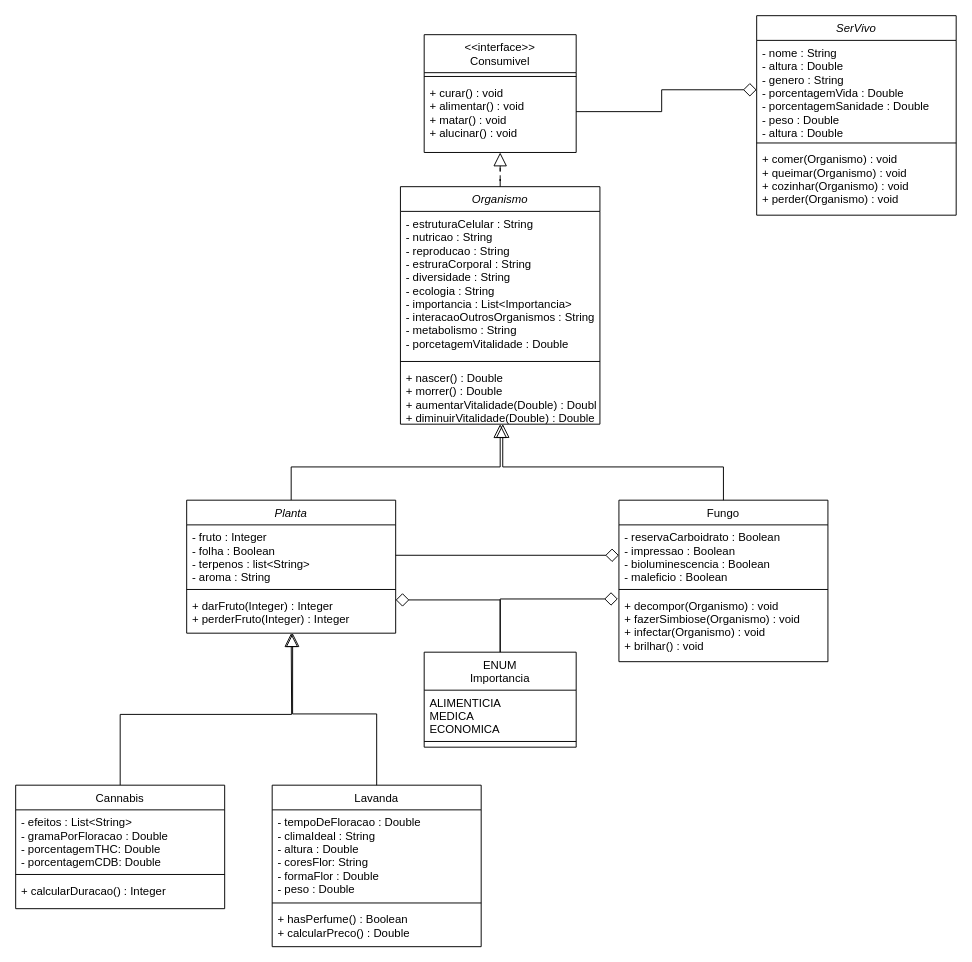
Above: Plantas.drawio in Sant-Thiago/Projeto-Marijuana (draw.io), before the change. Source tidied: cells renumbered, new cells numbered last; positions are measured from the earlier drawing's top-left corner, leaving out a move shared by most shapes. Both pictures are drawn from the tidied source at 95%, with x=0, y=0 at pixel (15, 15).
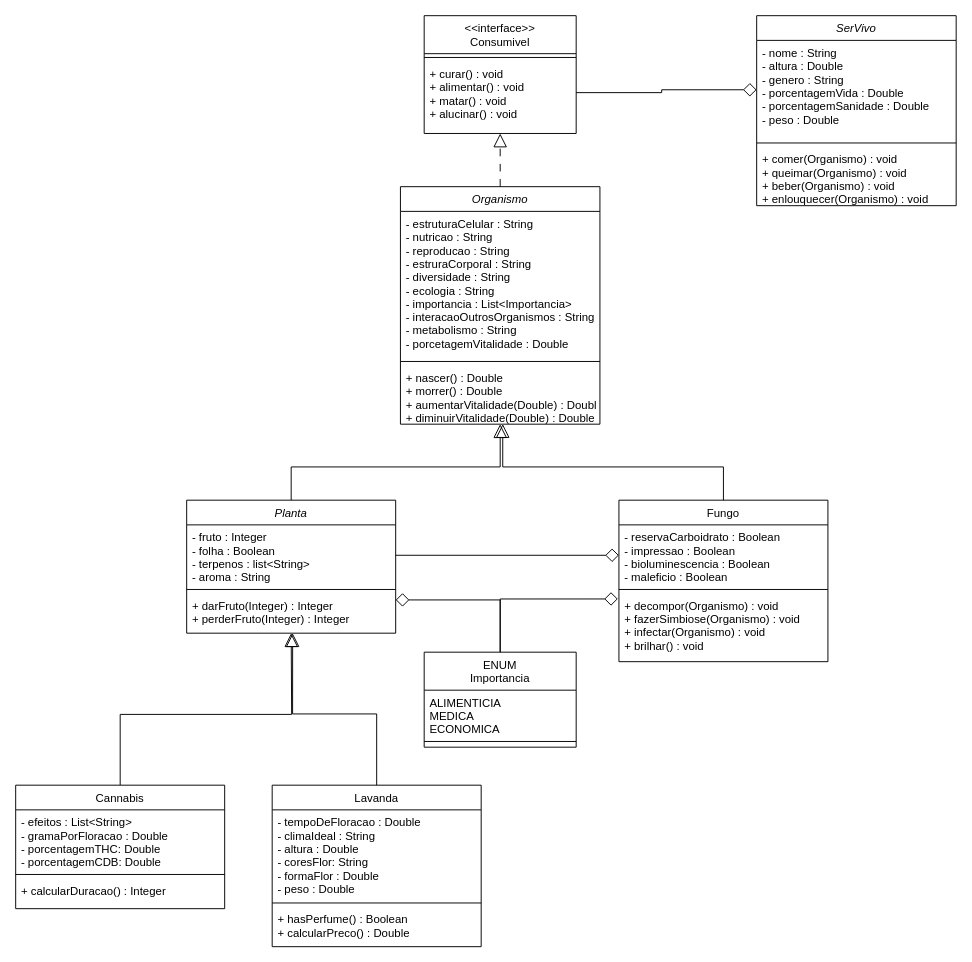
Above is the later version.

The edit, as a diff of the source:
```diff
@@
     <mxCell id="7" value="&lt;&lt;interface&gt;&gt;&#10;Consumivel" style="swimlane;fontStyle=0;align=center;verticalAlign=top;horizontal=1;startSize=40;rounded=0;shadow=0;strokeWidth=1;" parent="1" vertex="1">
-      <mxGeometry x="430" y="20" width="160" height="124" as="geometry" />
+      <mxGeometry x="430" width="160" height="124" as="geometry" />
     </mxCell>
@@
     <mxCell id="36" value="SerVivo" style="swimlane;fontStyle=2;align=center;verticalAlign=top;horizontal=1;startSize=26;rounded=0;shadow=0;strokeWidth=1;" parent="1" vertex="1">
-      <mxGeometry x="780" width="210" height="210" as="geometry" />
+      <mxGeometry x="780" width="210" height="200" as="geometry" />
     </mxCell>
-    <mxCell id="37" value="- nome : String&#10;- altura : Double&#10;- genero : String&#10;- porcentagemVida : Double&#10;- porcentagemSanidade : Double&#10;- peso : Double&#10;- altura : Double" style="text;align=left;verticalAlign=top;spacingLeft=4;spacingRight=4;overflow=hidden;points=[[0,0.5],[1,0.5]];portConstraint=eastwest;" parent="36" vertex="1">
+    <mxCell id="37" value="- nome : String&#10;- altura : Double&#10;- genero : String&#10;- porcentagemVida : Double&#10;- porcentagemSanidade : Double&#10;- peso : Double" style="text;align=left;verticalAlign=top;spacingLeft=4;spacingRight=4;overflow=hidden;points=[[0,0.5],[1,0.5]];portConstraint=eastwest;" parent="36" vertex="1">
       <mxGeometry y="26" width="210" height="104" as="geometry" />
     </mxCell>
@@
-    <mxCell id="39" value="+ comer(Organismo) : void&#10;+ queimar(Organismo) : void&#10;+ cozinhar(Organismo) : void&#10;+ perder(Organismo) : void" style="text;align=left;verticalAlign=top;spacingLeft=4;spacingRight=4;overflow=hidden;" parent="36" vertex="1">
+    <mxCell id="39" value="+ comer(Organismo) : void&#10;+ queimar(Organismo) : void&#10;+ beber(Organismo) : void&#10;+ enlouquecer(Organismo) : void" style="text;align=left;verticalAlign=top;spacingLeft=4;spacingRight=4;overflow=hidden;" parent="36" vertex="1">
       <mxGeometry y="138" width="210" height="62" as="geometry" />
     </mxCell>
```
